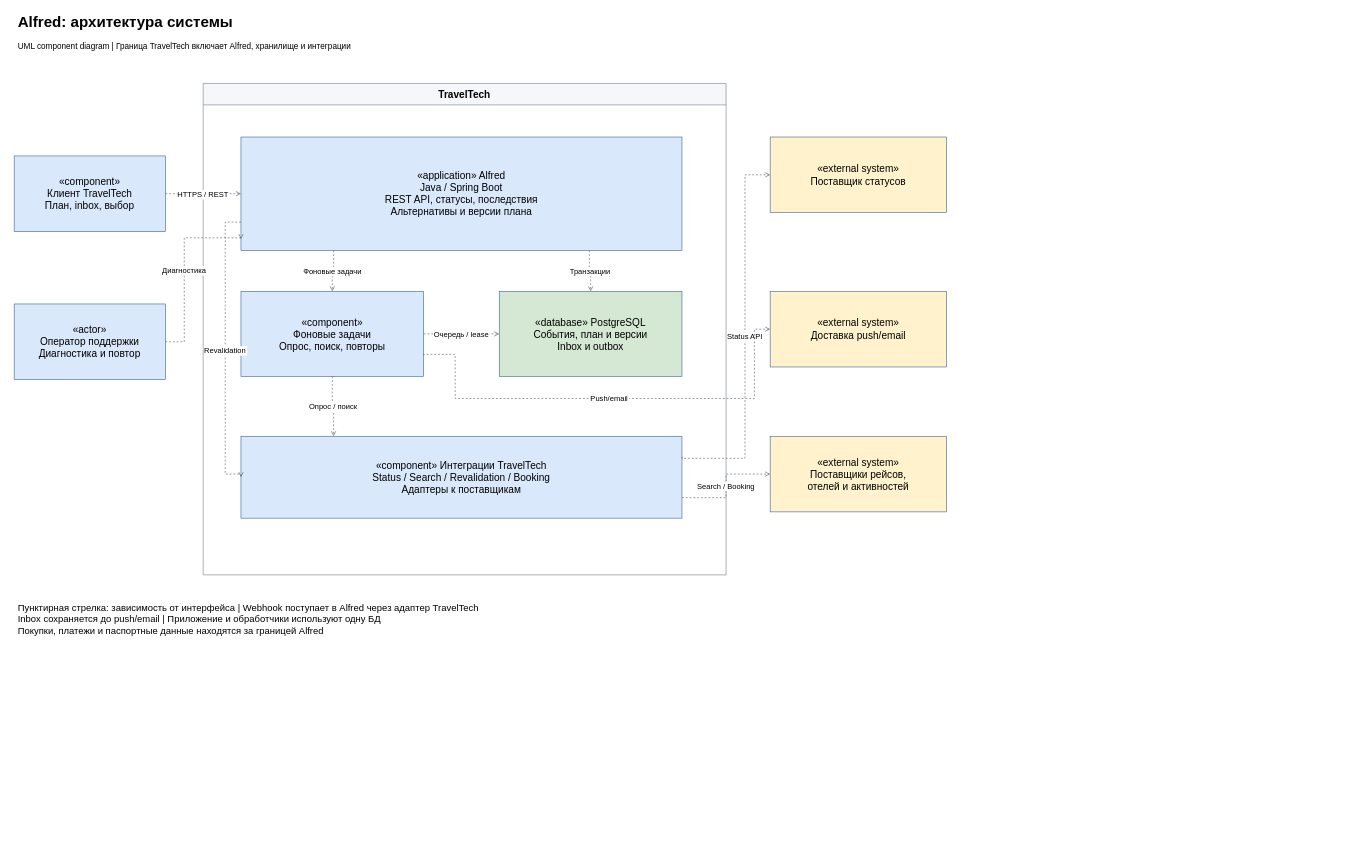
Earlier version of the draw.io diagram docs/diagrams/01-architecture.drawio (klarty-n/alfred-travel-system-design). Source tidied: cells renumbered, new cells numbered last; positions are measured from the earlier drawing's top-left corner, leaving out a move shared by most shapes. Both pictures are drawn from the tidied source at 63%, with x=0, y=0 at pixel (14, 11).
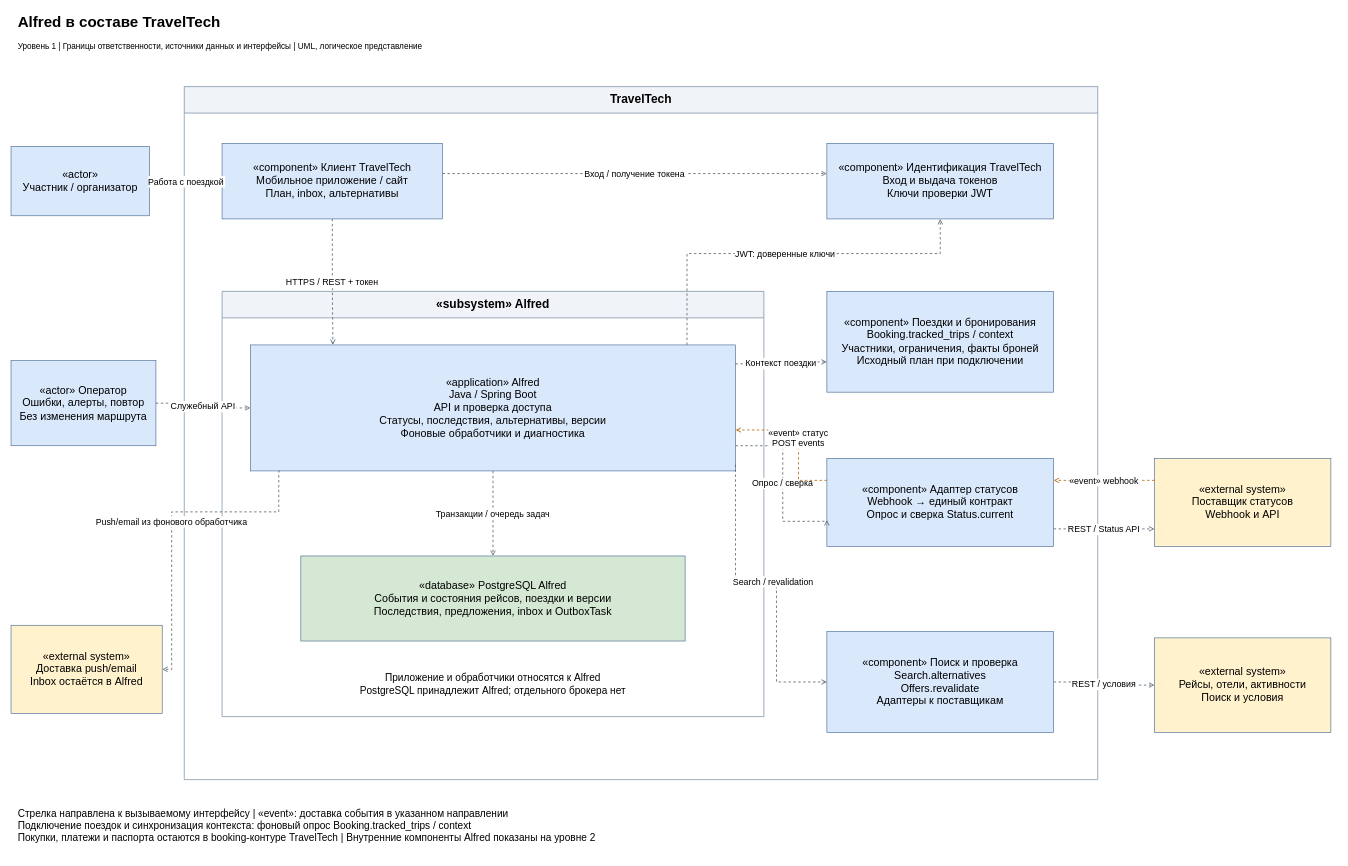
Above is the later version.

Commit message (it also covers changes not shown here):
refine Alfred architecture and align API contracts

Diff of the diagram source:
```diff
@@
-    <mxCell id="2" value="Alfred: архитектура системы" style="text;html=0;whiteSpace=wrap;align=left;verticalAlign=middle;fontSize=14;spacing=6;fontSize=24;fontStyle=1;" parent="1" vertex="1">
-      <mxGeometry width="1490" height="35" as="geometry" />
+    <mxCell id="2" value="Alfred в составе TravelTech" style="text;html=0;whiteSpace=wrap;align=left;verticalAlign=middle;fontSize=14;spacing=6;fontSize=24;fontStyle=1;" parent="1" vertex="1">
+      <mxGeometry width="2100" height="35" as="geometry" />
     </mxCell>
-    <mxCell id="3" value="UML component diagram | Граница TravelTech включает Alfred, хранилище и интеграции" style="text;html=0;whiteSpace=wrap;align=left;verticalAlign=middle;fontSize=14;spacing=6;fontSize=13;" parent="1" vertex="1">
-      <mxGeometry y="35" width="1490" height="40" as="geometry" />
+    <mxCell id="3" value="Уровень 1 | Границы ответственности, источники данных и интерфейсы | UML, логическое представление" style="text;html=0;whiteSpace=wrap;align=left;verticalAlign=middle;fontSize=14;spacing=6;fontSize=13;" parent="1" vertex="1">
+      <mxGeometry y="35" width="2100" height="40" as="geometry" />
     </mxCell>
-    <mxCell id="4" value="TravelTech" style="swimlane;horizontal=1;startSize=34;whiteSpace=wrap;html=0;fontSize=16;fontStyle=1;fillColor=#f5f7fa;swimlaneFillColor=#ffffff;strokeColor=#7b8794;fontFamily=Arial;" parent="1" vertex="1">
-      <mxGeometry x="300" y="115" width="830" height="780" as="geometry" />
+    <mxCell id="4" value="TravelTech" style="swimlane;horizontal=1;startSize=42;whiteSpace=wrap;html=0;fontFamily=Arial;fontSize=19;fontStyle=1;fillColor=#f0f4f8;swimlaneFillColor=#ffffff;strokeColor=#657d95;" parent="1" vertex="1">
+      <mxGeometry x="270" y="120" width="1450" height="1100" as="geometry" />
     </mxCell>
-    <mxCell id="5" value="«component»&#10;Клиент TravelTech&#10;План, inbox, выбор" style="rounded=1;whiteSpace=wrap;html=0;fontSize=14;spacing=10;fillColor=#dae8fc;strokeColor=#476a92;fontFamily=Arial;fontSize=16;fillColor=#dae8fc;rounded=0;" parent="1" vertex="1">
-      <mxGeometry y="230" width="240" height="120" as="geometry" />
+    <mxCell id="5" value="«component» Клиент TravelTech&#10;Мобильное приложение / сайт&#10;План, inbox, альтернативы" style="rounded=0;whiteSpace=wrap;html=0;align=center;verticalAlign=middle;fontFamily=Arial;fontSize=17;spacing=12;strokeColor=#476a92;fillColor=#dae8fc;fillColor=#dae8fc;" parent="4" vertex="1">
+      <mxGeometry x="60" y="90" width="350" height="120" as="geometry" />
     </mxCell>
+    <mxCell id="25" value="«component» Идентификация TravelTech&#10;Вход и выдача токенов&#10;Ключи проверки JWT" style="rounded=0;whiteSpace=wrap;html=0;align=center;verticalAlign=middle;fontFamily=Arial;fontSize=17;spacing=12;strokeColor=#476a92;fillColor=#dae8fc;fillColor=#dae8fc;" parent="4" vertex="1">
+      <mxGeometry x="1020" y="90" width="360" height="120" as="geometry" />
+    </mxCell>
+    <mxCell id="26" value="«subsystem» Alfred" style="swimlane;horizontal=1;startSize=42;whiteSpace=wrap;html=0;fontFamily=Arial;fontSize=19;fontStyle=1;fillColor=#f0f4f8;swimlaneFillColor=#ffffff;strokeColor=#657d95;" parent="4" vertex="1">
+      <mxGeometry x="60" y="325" width="860" height="675" as="geometry" />
+    </mxCell>
-    <mxCell id="6" value="«application» Alfred&#10;Java / Spring Boot&#10;REST API, статусы, последствия&#10;Альтернативы и версии плана" style="rounded=1;whiteSpace=wrap;html=0;fontSize=14;spacing=10;fillColor=#dae8fc;strokeColor=#476a92;fontFamily=Arial;fontSize=16;fillColor=#dae8fc;rounded=0;" parent="4" vertex="1">
-      <mxGeometry x="60" y="85" width="700" height="180" as="geometry" />
+    <mxCell id="6" value="«application» Alfred&#10;Java / Spring Boot&#10;API и проверка доступа&#10;Статусы, последствия, альтернативы, версии&#10;Фоновые обработчики и диагностика" style="rounded=0;whiteSpace=wrap;html=0;align=center;verticalAlign=middle;fontFamily=Arial;fontSize=17;spacing=12;strokeColor=#476a92;fillColor=#dae8fc;fillColor=#dae8fc;" parent="26" vertex="1">
+      <mxGeometry x="45" y="85" width="770" height="200" as="geometry" />
     </mxCell>
-    <mxCell id="7" value="«component»&#10;Фоновые задачи&#10;Опрос, поиск, повторы" style="rounded=1;whiteSpace=wrap;html=0;fontSize=14;spacing=10;fillColor=#dae8fc;strokeColor=#476a92;fontFamily=Arial;fontSize=16;fillColor=#dae8fc;rounded=0;" parent="4" vertex="1">
-      <mxGeometry x="60" y="330" width="290" height="135" as="geometry" />
-    </mxCell>
-    <mxCell id="8" value="«database» PostgreSQL&#10;События, план и версии&#10;Inbox и outbox" style="rounded=1;whiteSpace=wrap;html=0;fontSize=14;spacing=10;fillColor=#dae8fc;strokeColor=#476a92;fontFamily=Arial;fontSize=16;fillColor=#d5e8d4;rounded=0;" parent="4" vertex="1">
-      <mxGeometry x="470" y="330" width="290" height="135" as="geometry" />
+    <mxCell id="8" value="«database» PostgreSQL Alfred&#10;События и состояния рейсов, поездки и версии&#10;Последствия, предложения, inbox и OutboxTask" style="rounded=0;whiteSpace=wrap;html=0;align=center;verticalAlign=middle;fontFamily=Arial;fontSize=17;spacing=12;strokeColor=#476a92;fillColor=#dae8fc;fillColor=#d5e8d4;" parent="26" vertex="1">
+      <mxGeometry x="125" y="420" width="610" height="135" as="geometry" />
     </mxCell>
-    <mxCell id="9" value="«component» Интеграции TravelTech&#10;Status / Search / Revalidation / Booking&#10;Адаптеры к поставщикам" style="rounded=1;whiteSpace=wrap;html=0;fontSize=14;spacing=10;fillColor=#dae8fc;strokeColor=#476a92;fontFamily=Arial;fontSize=16;fillColor=#dae8fc;rounded=0;" parent="4" vertex="1">
-      <mxGeometry x="60" y="560" width="700" height="130" as="geometry" />
-    </mxCell>
+    <mxCell id="27" value="«component» Поездки и бронирования&#10;Booking.tracked_trips / context&#10;Участники, ограничения, факты броней&#10;Исходный план при подключении" style="rounded=0;whiteSpace=wrap;html=0;align=center;verticalAlign=middle;fontFamily=Arial;fontSize=17;spacing=12;strokeColor=#476a92;fillColor=#dae8fc;fillColor=#dae8fc;" parent="4" vertex="1">
+      <mxGeometry x="1020" y="325" width="360" height="160" as="geometry" />
+    </mxCell>
+    <mxCell id="28" value="«component» Адаптер статусов&#10;Webhook → единый контракт&#10;Опрос и сверка Status.current" style="rounded=0;whiteSpace=wrap;html=0;align=center;verticalAlign=middle;fontFamily=Arial;fontSize=17;spacing=12;strokeColor=#476a92;fillColor=#dae8fc;fillColor=#dae8fc;" parent="4" vertex="1">
+      <mxGeometry x="1020" y="590" width="360" height="140" as="geometry" />
+    </mxCell>
+    <mxCell id="29" value="«component» Поиск и проверка&#10;Search.alternatives&#10;Offers.revalidate&#10;Адаптеры к поставщикам" style="rounded=0;whiteSpace=wrap;html=0;align=center;verticalAlign=middle;fontFamily=Arial;fontSize=17;spacing=12;strokeColor=#476a92;fillColor=#dae8fc;fillColor=#dae8fc;" parent="4" vertex="1">
+      <mxGeometry x="1020" y="865" width="360" height="160" as="geometry" />
+    </mxCell>
+    <mxCell id="30" value="«actor»&#10;Участник / организатор" style="rounded=0;whiteSpace=wrap;html=0;align=center;verticalAlign=middle;fontFamily=Arial;fontSize=17;spacing=12;strokeColor=#476a92;fillColor=#dae8fc;fillColor=#dae8fc;" parent="1" vertex="1">
+      <mxGeometry x="-5" y="215" width="220" height="110" as="geometry" />
+    </mxCell>
+    <mxCell id="13" value="«actor» Оператор&#10;Ошибки, алерты, повтор&#10;Без изменения маршрута" style="rounded=0;whiteSpace=wrap;html=0;align=center;verticalAlign=middle;fontFamily=Arial;fontSize=17;spacing=12;strokeColor=#476a92;fillColor=#dae8fc;fillColor=#dae8fc;" parent="1" vertex="1">
+      <mxGeometry x="-5" y="555" width="230" height="135" as="geometry" />
+    </mxCell>
+    <mxCell id="11" value="«external system»&#10;Доставка push/email&#10;Inbox остаётся в Alfred" style="rounded=0;whiteSpace=wrap;html=0;align=center;verticalAlign=middle;fontFamily=Arial;fontSize=17;spacing=12;strokeColor=#476a92;fillColor=#dae8fc;fillColor=#fff2cc;" parent="1" vertex="1">
+      <mxGeometry x="-5" y="975" width="240" height="140" as="geometry" />
+    </mxCell>
-    <mxCell id="10" value="«external system»&#10;Поставщик статусов" style="rounded=1;whiteSpace=wrap;html=0;fontSize=14;spacing=10;fillColor=#dae8fc;strokeColor=#476a92;fontFamily=Arial;fontSize=16;fillColor=#fff2cc;rounded=0;" parent="1" vertex="1">
-      <mxGeometry x="1200" y="200" width="280" height="120" as="geometry" />
+    <mxCell id="10" value="«external system»&#10;Поставщик статусов&#10;Webhook и API" style="rounded=0;whiteSpace=wrap;html=0;align=center;verticalAlign=middle;fontFamily=Arial;fontSize=17;spacing=12;strokeColor=#476a92;fillColor=#dae8fc;fillColor=#fff2cc;" parent="1" vertex="1">
+      <mxGeometry x="1810" y="710" width="280" height="140" as="geometry" />
     </mxCell>
-    <mxCell id="11" value="«external system»&#10;Доставка push/email" style="rounded=1;whiteSpace=wrap;html=0;fontSize=14;spacing=10;fillColor=#dae8fc;strokeColor=#476a92;fontFamily=Arial;fontSize=16;fillColor=#fff2cc;rounded=0;" parent="1" vertex="1">
-      <mxGeometry x="1200" y="445" width="280" height="120" as="geometry" />
-    </mxCell>
-    <mxCell id="12" value="«external system»&#10;Поставщики рейсов,&#10;отелей и активностей" style="rounded=1;whiteSpace=wrap;html=0;fontSize=14;spacing=10;fillColor=#dae8fc;strokeColor=#476a92;fontFamily=Arial;fontSize=16;fillColor=#fff2cc;rounded=0;" parent="1" vertex="1">
-      <mxGeometry x="1200" y="675" width="280" height="120" as="geometry" />
+    <mxCell id="12" value="«external system»&#10;Рейсы, отели, активности&#10;Поиск и условия" style="rounded=0;whiteSpace=wrap;html=0;align=center;verticalAlign=middle;fontFamily=Arial;fontSize=17;spacing=12;strokeColor=#476a92;fillColor=#dae8fc;fillColor=#fff2cc;" parent="1" vertex="1">
+      <mxGeometry x="1810" y="995" width="280" height="150" as="geometry" />
     </mxCell>
-    <mxCell id="13" value="«actor»&#10;Оператор поддержки&#10;Диагностика и повтор" style="rounded=1;whiteSpace=wrap;html=0;fontSize=14;spacing=10;fillColor=#dae8fc;strokeColor=#476a92;fontFamily=Arial;fontSize=16;fillColor=#dae8fc;rounded=0;" parent="1" vertex="1">
-      <mxGeometry y="465" width="240" height="120" as="geometry" />
-    </mxCell>
-    <mxCell id="14" value="HTTPS / REST" style="edgeStyle=orthogonalEdgeStyle;rounded=0;html=0;whiteSpace=nowrap;fontSize=12;labelBackgroundColor=#ffffff;jettySize=20;exitX=1;exitY=0.5;entryX=0;entryY=0.5;dashed=1;endArrow=open;strokeColor=#566573;" parent="1" edge="1" source="5" target="6">
+    <mxCell id="14" value="Работа с поездкой" style="edgeStyle=orthogonalEdgeStyle;rounded=0;html=0;whiteSpace=nowrap;fontSize=12;labelBackgroundColor=#ffffff;jettySize=20;fontSize=14;strokeWidth=1.3;exitX=1;exitY=0.5;entryX=0;entryY=0.5;dashed=1;endArrow=open;strokeColor=#566573;" parent="1" edge="1" source="30" target="5">
       <mxGeometry relative="1" as="geometry" />
     </mxCell>
-    <mxCell id="15" value="Фоновые задачи" style="edgeStyle=orthogonalEdgeStyle;rounded=0;html=0;whiteSpace=nowrap;fontSize=12;labelBackgroundColor=#ffffff;jettySize=20;exitX=0.21;exitY=1;entryX=0.5;entryY=0;dashed=1;endArrow=open;strokeColor=#566573;" parent="1" edge="1" source="6" target="7">
+    <mxCell id="15" value="Вход / получение токена" style="edgeStyle=orthogonalEdgeStyle;rounded=0;html=0;whiteSpace=nowrap;fontSize=12;labelBackgroundColor=#ffffff;jettySize=20;fontSize=14;strokeWidth=1.3;exitX=1;exitY=0.4;entryX=0;entryY=0.4;dashed=1;endArrow=open;strokeColor=#566573;" parent="1" edge="1" source="5" target="25">
       <mxGeometry relative="1" as="geometry" />
     </mxCell>
-    <mxCell id="16" value="Транзакции" style="edgeStyle=orthogonalEdgeStyle;rounded=0;html=0;whiteSpace=nowrap;fontSize=12;labelBackgroundColor=#ffffff;jettySize=20;exitX=0.79;exitY=1;entryX=0.5;entryY=0;dashed=1;endArrow=open;strokeColor=#566573;" parent="1" edge="1" source="6" target="8">
+    <mxCell id="16" value="HTTPS / REST + токен" style="edgeStyle=orthogonalEdgeStyle;rounded=0;html=0;whiteSpace=nowrap;fontSize=12;labelBackgroundColor=#ffffff;jettySize=20;fontSize=14;strokeWidth=1.3;exitX=0.5;exitY=1;entryX=0.17;entryY=0;dashed=1;endArrow=open;strokeColor=#566573;" parent="1" edge="1" source="5" target="6">
       <mxGeometry relative="1" as="geometry" />
     </mxCell>
-    <mxCell id="17" value="Очередь / lease" style="edgeStyle=orthogonalEdgeStyle;rounded=0;html=0;whiteSpace=nowrap;fontSize=12;labelBackgroundColor=#ffffff;jettySize=20;exitX=1;exitY=0.5;entryX=0;entryY=0.5;dashed=1;endArrow=open;strokeColor=#566573;" parent="1" edge="1" source="7" target="8">
-      <mxGeometry relative="1" as="geometry" />
+    <mxCell id="17" value="JWT: доверенные ключи" style="edgeStyle=orthogonalEdgeStyle;rounded=0;html=0;whiteSpace=nowrap;fontSize=12;labelBackgroundColor=#ffffff;jettySize=20;fontSize=14;strokeWidth=1.3;exitX=0.9;exitY=0;entryX=0.5;entryY=1;dashed=1;endArrow=open;strokeColor=#566573;" parent="1" edge="1" source="6" target="25">
+      <mxGeometry relative="1" as="geometry">
+        <Array as="points">
+          <mxPoint x="1068" y="385" />
+          <mxPoint x="1470" y="385" />
+        </Array>
+      </mxGeometry>
     </mxCell>
-    <mxCell id="18" value="Опрос / поиск" style="edgeStyle=orthogonalEdgeStyle;rounded=0;html=0;whiteSpace=nowrap;fontSize=12;labelBackgroundColor=#ffffff;jettySize=20;exitX=0.5;exitY=1;entryX=0.21;entryY=0;dashed=1;endArrow=open;strokeColor=#566573;" parent="1" edge="1" source="7" target="9">
+    <mxCell id="18" value="Служебный API" style="edgeStyle=orthogonalEdgeStyle;rounded=0;html=0;whiteSpace=nowrap;fontSize=12;labelBackgroundColor=#ffffff;jettySize=20;fontSize=14;strokeWidth=1.3;exitX=1;exitY=0.5;entryX=0;entryY=0.5;dashed=1;endArrow=open;strokeColor=#566573;" parent="1" edge="1" source="13" target="6">
       <mxGeometry relative="1" as="geometry" />
     </mxCell>
-    <mxCell id="19" value="Revalidation" style="edgeStyle=orthogonalEdgeStyle;rounded=0;html=0;whiteSpace=nowrap;fontSize=12;labelBackgroundColor=#ffffff;jettySize=20;exitX=0;exitY=0.75;entryX=0;entryY=0.5;dashed=1;endArrow=open;strokeColor=#566573;" parent="1" edge="1" source="6" target="9">
-      <mxGeometry relative="1" as="geometry">
-        <Array as="points">
-          <mxPoint x="335" y="335" />
-          <mxPoint x="335" y="735" />
-        </Array>
-      </mxGeometry>
+    <mxCell id="19" value="Контекст поездки" style="edgeStyle=orthogonalEdgeStyle;rounded=0;html=0;whiteSpace=nowrap;fontSize=12;labelBackgroundColor=#ffffff;jettySize=20;fontSize=14;strokeWidth=1.3;exitX=1;exitY=0.15;entryX=0;entryY=0.7;dashed=1;endArrow=open;strokeColor=#566573;" parent="1" edge="1" source="6" target="27">
+      <mxGeometry relative="1" as="geometry" />
     </mxCell>
-    <mxCell id="20" value="Status API" style="edgeStyle=orthogonalEdgeStyle;rounded=0;html=0;whiteSpace=nowrap;fontSize=12;labelBackgroundColor=#ffffff;jettySize=20;exitX=1;exitY=0.25;entryX=0;entryY=0.5;dashed=1;endArrow=open;strokeColor=#566573;" parent="1" edge="1" source="9" target="10">
+    <mxCell id="20" value="Опрос / сверка" style="edgeStyle=orthogonalEdgeStyle;rounded=0;html=0;whiteSpace=nowrap;fontSize=12;labelBackgroundColor=#ffffff;jettySize=20;fontSize=14;strokeWidth=1.3;exitX=1;exitY=0.8;entryX=0;entryY=0.7;dashed=1;endArrow=open;strokeColor=#566573;" parent="1" edge="1" source="6" target="28">
       <mxGeometry relative="1" as="geometry">
         <Array as="points">
-          <mxPoint x="1160" y="710" />
-          <mxPoint x="1160" y="260" />
+          <mxPoint x="1220" y="690" />
+          <mxPoint x="1220" y="810" />
         </Array>
       </mxGeometry>
     </mxCell>
-    <mxCell id="21" value="Search / Booking" style="edgeStyle=orthogonalEdgeStyle;rounded=0;html=0;whiteSpace=nowrap;fontSize=12;labelBackgroundColor=#ffffff;jettySize=20;exitX=1;exitY=0.75;entryX=0;entryY=0.5;dashed=1;endArrow=open;strokeColor=#566573;" parent="1" edge="1" source="9" target="12">
-      <mxGeometry relative="1" as="geometry" />
+    <mxCell id="21" value="«event» статус&#10;POST events" style="edgeStyle=orthogonalEdgeStyle;rounded=0;html=0;whiteSpace=nowrap;fontSize=12;labelBackgroundColor=#ffffff;jettySize=20;fontSize=14;strokeWidth=1.3;exitX=0;exitY=0.25;entryX=1;entryY=0.675;dashed=1;endArrow=open;strokeColor=#566573;strokeColor=#b36a11;" parent="1" edge="1" source="28" target="6">
+      <mxGeometry relative="1" as="geometry">
+        <Array as="points">
+          <mxPoint x="1245" y="745" />
+          <mxPoint x="1245" y="665" />
+        </Array>
+      </mxGeometry>
     </mxCell>
-    <mxCell id="22" value="Push/email" style="edgeStyle=orthogonalEdgeStyle;rounded=0;html=0;whiteSpace=nowrap;fontSize=12;labelBackgroundColor=#ffffff;jettySize=20;exitX=1;exitY=0.75;entryX=0;entryY=0.5;dashed=1;endArrow=open;strokeColor=#566573;" parent="1" edge="1" source="7" target="11">
-      <mxGeometry relative="1" as="geometry">
-        <Array as="points">
-          <mxPoint x="700" y="545" />
-          <mxPoint x="700" y="615" />
-          <mxPoint x="1175" y="615" />
-          <mxPoint x="1175" y="505" />
-        </Array>
-      </mxGeometry>
+    <mxCell id="22" value="«event» webhook" style="edgeStyle=orthogonalEdgeStyle;rounded=0;html=0;whiteSpace=nowrap;fontSize=12;labelBackgroundColor=#ffffff;jettySize=20;fontSize=14;strokeWidth=1.3;exitX=0;exitY=0.25;entryX=1;entryY=0.25;dashed=1;endArrow=open;strokeColor=#566573;strokeColor=#b36a11;" parent="1" edge="1" source="10" target="28">
+      <mxGeometry relative="1" as="geometry" />
     </mxCell>
-    <mxCell id="23" value="Диагностика" style="edgeStyle=orthogonalEdgeStyle;rounded=0;html=0;whiteSpace=nowrap;fontSize=12;labelBackgroundColor=#ffffff;jettySize=20;exitX=1;exitY=0.5;entryX=0;entryY=0.9;dashed=1;endArrow=open;strokeColor=#566573;" parent="1" edge="1" source="13" target="6">
-      <mxGeometry relative="1" as="geometry">
-        <Array as="points">
-          <mxPoint x="270" y="525" />
-          <mxPoint x="270" y="360" />
-        </Array>
-      </mxGeometry>
+    <mxCell id="23" value="REST / Status API" style="edgeStyle=orthogonalEdgeStyle;rounded=0;html=0;whiteSpace=nowrap;fontSize=12;labelBackgroundColor=#ffffff;jettySize=20;fontSize=14;strokeWidth=1.3;exitX=1;exitY=0.8;entryX=0;entryY=0.8;dashed=1;endArrow=open;strokeColor=#566573;" parent="1" edge="1" source="28" target="10">
+      <mxGeometry relative="1" as="geometry" />
     </mxCell>
-    <mxCell id="24" value="Пунктирная стрелка: зависимость от интерфейса | Webhook поступает в Alfred через адаптер TravelTech&#10;Inbox сохраняется до push/email | Приложение и обработчики используют одну БД&#10;Покупки, платежи и паспортные данные находятся за границей Alfred" style="text;html=0;whiteSpace=wrap;align=left;verticalAlign=middle;fontSize=14;spacing=6;fontFamily=Arial;fontSize=15;" parent="1" vertex="1">
-      <mxGeometry y="925" width="1480" height="80" as="geometry" />
-    </mxCell>
+    <mxCell id="31" value="Search / revalidation" style="edgeStyle=orthogonalEdgeStyle;rounded=0;html=0;whiteSpace=nowrap;fontSize=12;labelBackgroundColor=#ffffff;jettySize=20;fontSize=14;strokeWidth=1.3;exitX=1;exitY=0.95;entryX=0;entryY=0.5;dashed=1;endArrow=open;strokeColor=#566573;" parent="1" edge="1" source="6" target="29">
+      <mxGeometry relative="1" as="geometry">
+        <Array as="points">
+          <mxPoint x="1210" y="905" />
+          <mxPoint x="1210" y="1065" />
+        </Array>
+      </mxGeometry>
+    </mxCell>
+    <mxCell id="32" value="REST / условия" style="edgeStyle=orthogonalEdgeStyle;rounded=0;html=0;whiteSpace=nowrap;fontSize=12;labelBackgroundColor=#ffffff;jettySize=20;fontSize=14;strokeWidth=1.3;exitX=1;exitY=0.5;entryX=0;entryY=0.5;dashed=1;endArrow=open;strokeColor=#566573;" parent="1" edge="1" source="29" target="12">
+      <mxGeometry relative="1" as="geometry" />
+    </mxCell>
+    <mxCell id="33" value="Транзакции / очередь задач" style="edgeStyle=orthogonalEdgeStyle;rounded=0;html=0;whiteSpace=nowrap;fontSize=12;labelBackgroundColor=#ffffff;jettySize=20;fontSize=14;strokeWidth=1.3;exitX=0.5;exitY=1;entryX=0.5;entryY=0;dashed=1;endArrow=open;strokeColor=#566573;" parent="1" edge="1" source="6" target="8">
+      <mxGeometry relative="1" as="geometry" />
+    </mxCell>
+    <mxCell id="34" value="Push/email из фонового обработчика" style="edgeStyle=orthogonalEdgeStyle;rounded=0;html=0;whiteSpace=nowrap;fontSize=12;labelBackgroundColor=#ffffff;jettySize=20;fontSize=14;strokeWidth=1.3;exitX=0.06;exitY=1;entryX=1;entryY=0.5;dashed=1;endArrow=open;strokeColor=#566573;" parent="1" edge="1" source="6" target="11">
+      <mxGeometry relative="1" as="geometry">
+        <Array as="points">
+          <mxPoint x="420" y="795" />
+          <mxPoint x="250" y="795" />
+          <mxPoint x="250" y="1045" />
+        </Array>
+      </mxGeometry>
+    </mxCell>
+    <mxCell id="35" value="Приложение и обработчики относятся к Alfred&#10;PostgreSQL принадлежит Alfred; отдельного брокера нет" style="text;html=0;whiteSpace=wrap;align=left;verticalAlign=middle;fontSize=14;spacing=6;fontFamily=Arial;align=center;fontSize=16;" parent="1" vertex="1">
+      <mxGeometry x="360" y="1035" width="800" height="65" as="geometry" />
+    </mxCell>
+    <mxCell id="36" value="Стрелка направлена к вызываемому интерфейсу | «event»: доставка события в указанном направлении&#10;Подключение поездок и синхронизация контекста: фоновый опрос Booking.tracked_trips / context&#10;Покупки, платежи и паспорта остаются в booking-контуре TravelTech | Внутренние компоненты Alfred показаны на уровне 2" style="text;html=0;whiteSpace=wrap;align=left;verticalAlign=middle;fontSize=14;spacing=6;fontFamily=Arial;fontSize=16;" parent="1" vertex="1">
+      <mxGeometry y="1245" width="2100" height="95" as="geometry" />
+    </mxCell>
```
